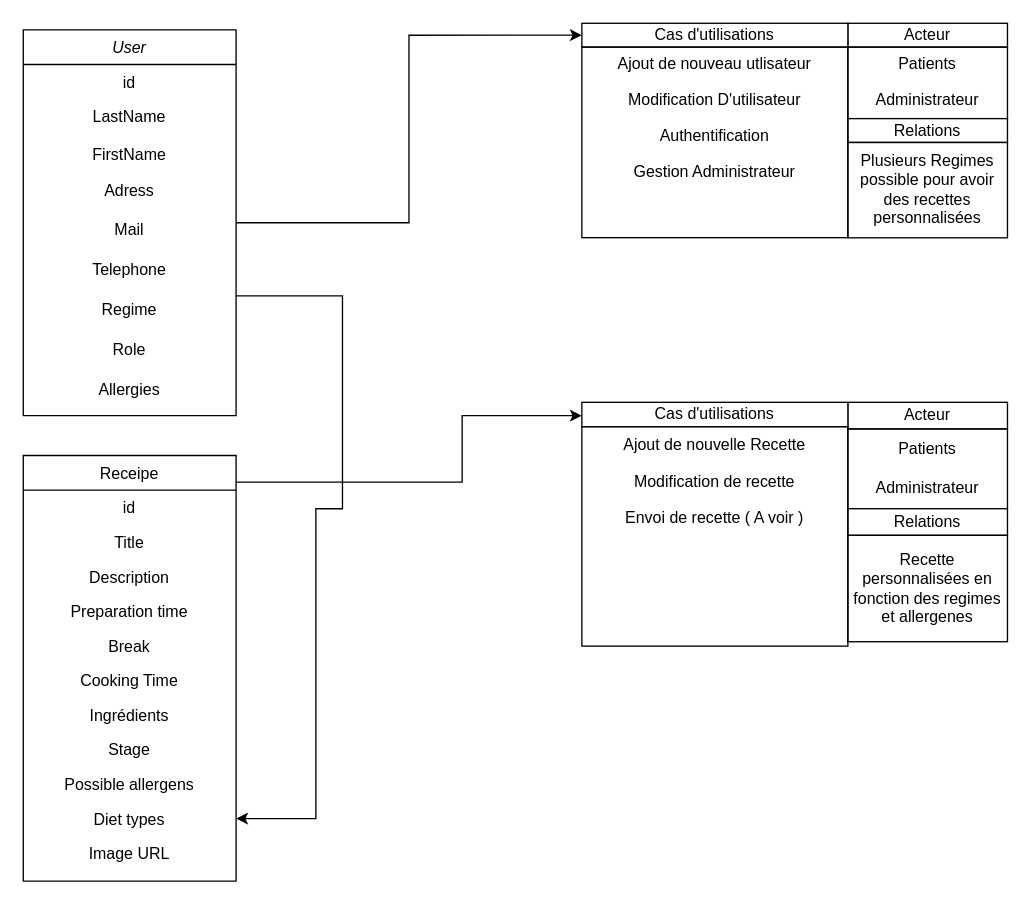
This is Diagramme.drawio from RaptorZ501/ECF-Entrainement, a draw.io file, before an edit. Source tidied: cells renumbered, new cells numbered last; positions are measured from the earlier drawing's top-left corner, leaving out a move shared by most shapes. Both pictures are drawn from the tidied source at 133%, with x=0, y=0 at pixel (23, 23).
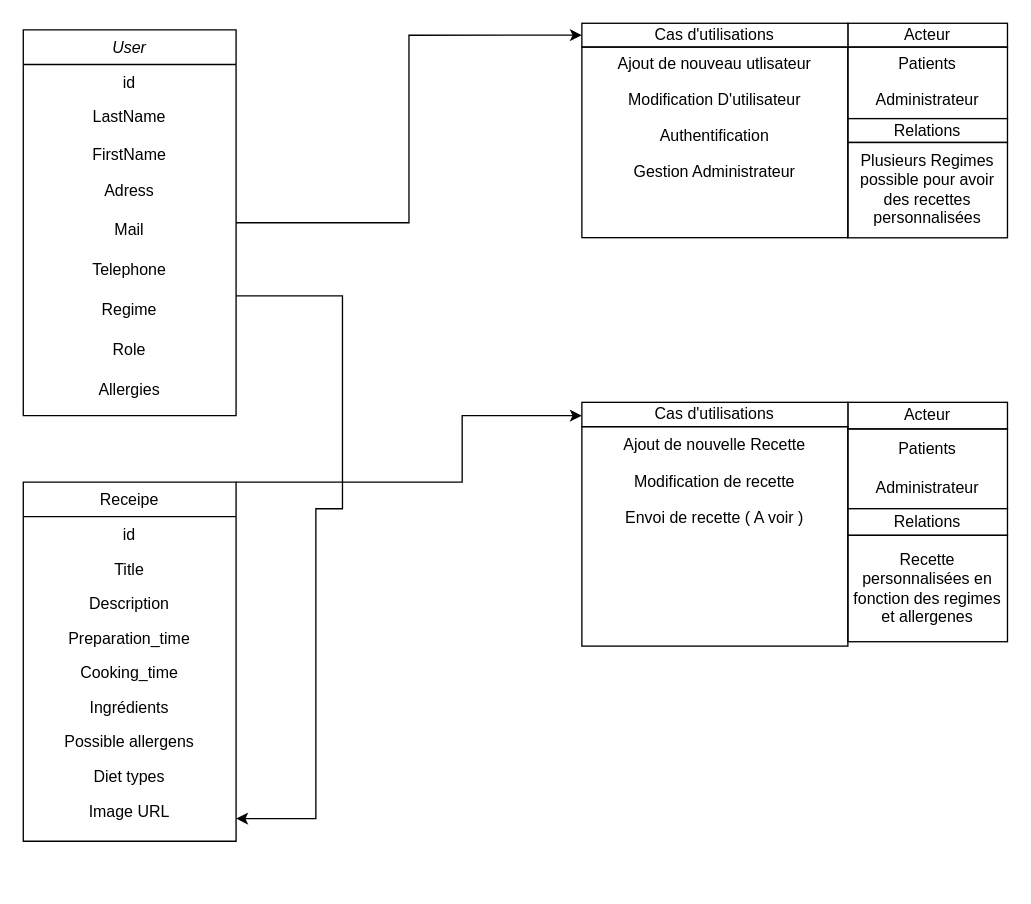
The same page after the edit.

Commit message:
Mettre à jour Diagramme.drawio

Diff of the diagram source:
```diff
@@
     <mxCell id="14" value="Receipe" style="swimlane;fontStyle=0;align=center;verticalAlign=top;horizontal=1;startSize=26;rounded=0;shadow=0;strokeWidth=1;" parent="1" vertex="1">
-      <mxGeometry y="325" width="160" height="320" as="geometry" />
+      <mxGeometry y="345" width="160" height="270" as="geometry" />
     </mxCell>
@@
-    <mxCell id="18" value="Preparation time" style="text;align=center;verticalAlign=top;spacingLeft=4;spacingRight=4;overflow=hidden;rounded=0;shadow=0;html=0;" parent="14" vertex="1">
+    <mxCell id="18" value="Preparation_time" style="text;align=center;verticalAlign=top;spacingLeft=4;spacingRight=4;overflow=hidden;rounded=0;shadow=0;html=0;" parent="14" vertex="1">
       <mxGeometry y="104" width="160" height="26" as="geometry" />
     </mxCell>
-    <mxCell id="19" value="Break" style="text;align=center;verticalAlign=top;spacingLeft=4;spacingRight=4;overflow=hidden;rounded=0;shadow=0;html=0;" parent="14" vertex="1">
-      <mxGeometry y="130" width="160" height="26" as="geometry" />
-    </mxCell>
-    <mxCell id="20" value="Cooking Time" style="text;align=center;verticalAlign=top;spacingLeft=4;spacingRight=4;overflow=hidden;" parent="14" vertex="1">
-      <mxGeometry y="156" width="160" height="26" as="geometry" />
+    <mxCell id="20" value="Cooking_time" style="text;align=center;verticalAlign=top;spacingLeft=4;spacingRight=4;overflow=hidden;" parent="14" vertex="1">
+      <mxGeometry y="130" width="160" height="26" as="geometry" />
     </mxCell>
     <mxCell id="21" value="Ingrédients" style="text;align=center;verticalAlign=top;spacingLeft=4;spacingRight=4;overflow=hidden;" parent="14" vertex="1">
-      <mxGeometry y="182" width="160" height="26" as="geometry" />
+      <mxGeometry y="156" width="160" height="26" as="geometry" />
     </mxCell>
-    <mxCell id="22" value="Stage" style="text;align=center;verticalAlign=top;spacingLeft=4;spacingRight=4;overflow=hidden;" parent="14" vertex="1">
-      <mxGeometry y="208" width="160" height="26" as="geometry" />
-    </mxCell>
     <mxCell id="23" value="Possible allergens" style="text;align=center;verticalAlign=top;spacingLeft=4;spacingRight=4;overflow=hidden;" parent="14" vertex="1">
-      <mxGeometry y="234" width="160" height="26" as="geometry" />
+      <mxGeometry y="182" width="160" height="26" as="geometry" />
     </mxCell>
     <mxCell id="24" value="Diet types" style="text;align=center;verticalAlign=top;spacingLeft=4;spacingRight=4;overflow=hidden;" parent="14" vertex="1">
-      <mxGeometry y="260" width="160" height="26" as="geometry" />
+      <mxGeometry y="208" width="160" height="26" as="geometry" />
     </mxCell>
     <mxCell id="25" value="Image URL" style="text;align=center;verticalAlign=top;spacingLeft=4;spacingRight=4;overflow=hidden;" parent="14" vertex="1">
-      <mxGeometry y="286" width="160" height="26" as="geometry" />
+      <mxGeometry y="234" width="160" height="26" as="geometry" />
     </mxCell>
```
